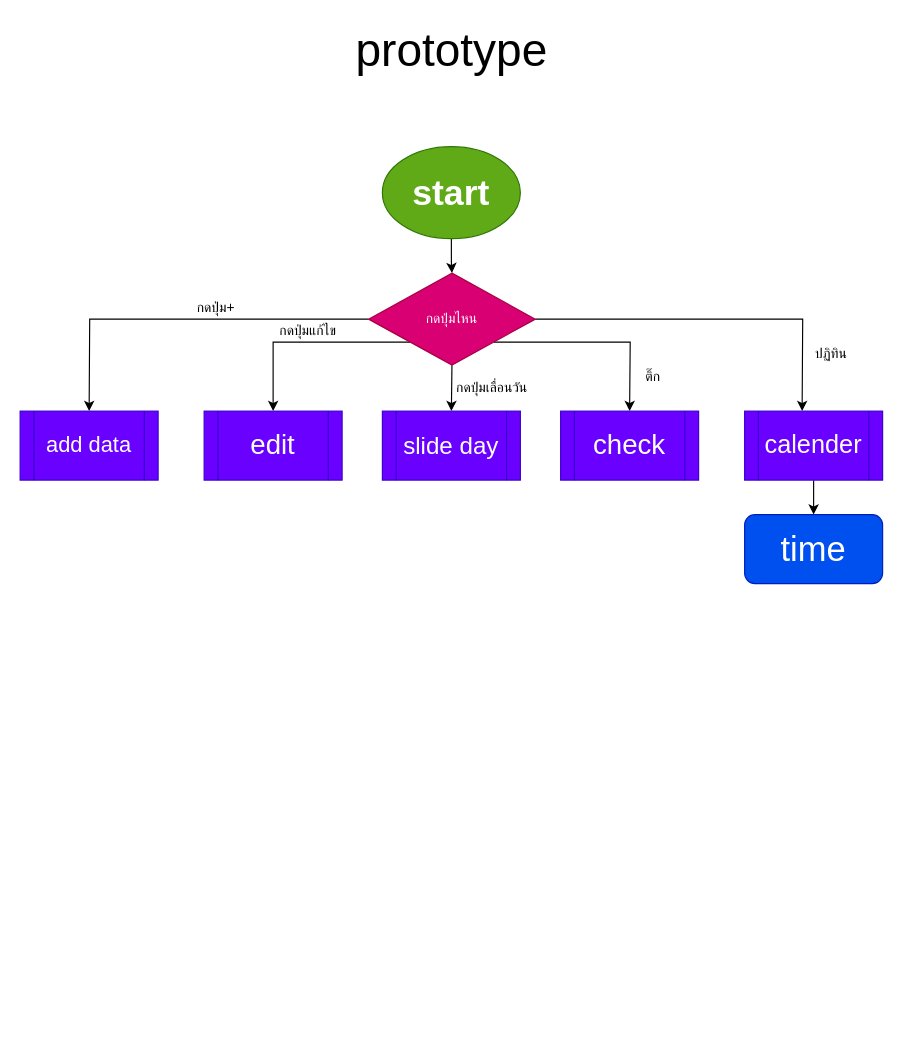
The draw.io diagram page "Main" (1 of 8) of source/prototype.drawio in Putthima/PSIT_Project_2020, before the edit. Source tidied: cells renumbered, new cells numbered last; positions are measured from the earlier drawing's top-left corner, leaving out a move shared by most shapes. Both pictures are drawn from the tidied source at 115%, with x=0, y=0 at pixel (20, 20).
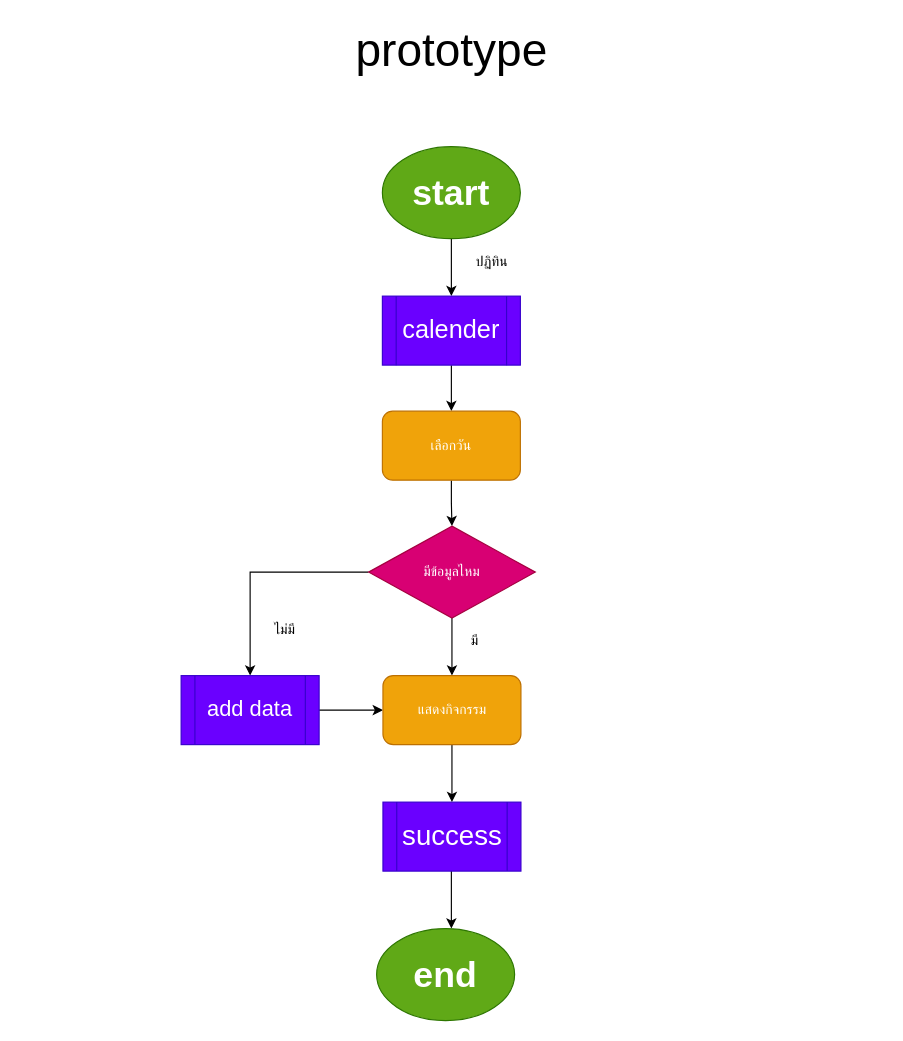
The same page after the edit.

Unchanged cells that the change refers to:
```xml
<mxCell id="3" value="start" style="ellipse;whiteSpace=wrap;html=1;fillColor=#60a917;strokeColor=#2D7600;fontColor=#ffffff;fontSize=31;fontStyle=1;" parent="1" vertex="1">
  <mxGeometry x="315" y="110" width="120" height="80" as="geometry" />
</mxCell>
```

Diff of the diagram source:
```diff
@@
-    <mxCell id="2" style="edgeStyle=orthogonalEdgeStyle;rounded=0;jettySize=auto;html=1;" parent="1" edge="1" source="3" target="9">
-      <mxGeometry relative="1" as="geometry" />
-    </mxCell>
+    <mxCell id="23" style="edgeStyle=orthogonalEdgeStyle;rounded=0;jettySize=auto;html=1;" parent="1" edge="1" source="3" target="16">
+      <mxGeometry relative="1" as="geometry" />
+    </mxCell>
@@
-    <mxCell id="4" style="edgeStyle=orthogonalEdgeStyle;rounded=0;jettySize=auto;html=1;exitX=0;exitY=0.5;exitDx=0;exitDy=0;entryX=0.5;entryY=0;entryDx=0;entryDy=0;" parent="1" edge="1" source="9">
-      <mxGeometry relative="1" as="geometry">
-        <mxPoint x="60" y="340" as="targetPoint" />
-      </mxGeometry>
-    </mxCell>
-    <mxCell id="5" style="edgeStyle=orthogonalEdgeStyle;rounded=0;jettySize=auto;html=1;exitX=0.5;exitY=1;exitDx=0;exitDy=0;" parent="1" edge="1" source="9">
-      <mxGeometry relative="1" as="geometry">
-        <mxPoint x="375" y="340" as="targetPoint" />
-      </mxGeometry>
-    </mxCell>
-    <mxCell id="6" style="edgeStyle=orthogonalEdgeStyle;rounded=0;jettySize=auto;html=1;exitX=1;exitY=0.5;exitDx=0;exitDy=0;entryX=0.5;entryY=0;entryDx=0;entryDy=0;" parent="1" edge="1" source="9">
-      <mxGeometry relative="1" as="geometry">
-        <mxPoint x="680" y="340" as="targetPoint" />
-      </mxGeometry>
-    </mxCell>
-    <mxCell id="7" style="edgeStyle=orthogonalEdgeStyle;rounded=0;jettySize=auto;html=1;exitX=0;exitY=1;exitDx=0;exitDy=0;" parent="1" edge="1" source="9">
-      <mxGeometry relative="1" as="geometry">
-        <mxPoint x="220" y="340" as="targetPoint" />
-        <Array as="points">
-          <mxPoint x="220" y="280" />
-        </Array>
-      </mxGeometry>
-    </mxCell>
-    <mxCell id="8" style="edgeStyle=orthogonalEdgeStyle;rounded=0;jettySize=auto;html=1;exitX=1;exitY=1;exitDx=0;exitDy=0;entryX=0.5;entryY=0;entryDx=0;entryDy=0;" parent="1" edge="1" source="9">
-      <mxGeometry relative="1" as="geometry">
-        <mxPoint x="530" y="340" as="targetPoint" />
-      </mxGeometry>
-    </mxCell>
+    <mxCell id="24" style="edgeStyle=orthogonalEdgeStyle;rounded=0;jettySize=auto;html=1;" parent="1" edge="1" source="9" target="32">
+      <mxGeometry relative="1" as="geometry" />
+    </mxCell>
+    <mxCell id="25" style="edgeStyle=orthogonalEdgeStyle;rounded=0;jettySize=auto;html=1;exitX=0;exitY=0.5;exitDx=0;exitDy=0;entryX=0.5;entryY=0;entryDx=0;entryDy=0;" parent="1" edge="1" source="9" target="11">
+      <mxGeometry relative="1" as="geometry" />
+    </mxCell>
-    <mxCell id="9" value="กดปุ่มไหน" style="rhombus;whiteSpace=wrap;html=1;fillColor=#d80073;strokeColor=#A50040;fontColor=#ffffff;" parent="1" vertex="1">
-      <mxGeometry x="303" y="220" width="145" height="80" as="geometry" />
+    <mxCell id="9" value="มีข้อมูลไหม" style="rhombus;whiteSpace=wrap;html=1;fillColor=#d80073;strokeColor=#A50040;fontColor=#ffffff;" parent="1" vertex="1">
+      <mxGeometry x="303" y="440" width="145" height="80" as="geometry" />
     </mxCell>
-    <mxCell id="10" value="กดปุ่ม+" style="text;html=1;align=center;verticalAlign=middle;" parent="1" vertex="1">
-      <mxGeometry x="145" y="240" width="50" height="20" as="geometry" />
+    <mxCell id="10" value="ไม่มี" style="text;html=1;align=center;verticalAlign=middle;" parent="1" vertex="1">
+      <mxGeometry x="210" y="520" width="40" height="20" as="geometry" />
     </mxCell>
+    <mxCell id="26" style="edgeStyle=orthogonalEdgeStyle;rounded=0;jettySize=auto;html=1;" parent="1" edge="1" source="11" target="32">
+      <mxGeometry relative="1" as="geometry" />
+    </mxCell>
     <mxCell id="11" value="&lt;font style=&quot;font-size: 19px;&quot;&gt;add data&lt;/font&gt;" style="shape=process;whiteSpace=wrap;html=1;backgroundOutline=1;fillColor=#6a00ff;strokeColor=#3700CC;fontColor=#ffffff;fontSize=19;" parent="1" vertex="1">
-      <mxGeometry y="340" width="120" height="60" as="geometry" />
+      <mxGeometry x="140" y="570" width="120" height="60" as="geometry" />
     </mxCell>
-    <mxCell id="12" value="edit" style="shape=process;whiteSpace=wrap;html=1;backgroundOutline=1;fillColor=#6a00ff;strokeColor=#3700CC;fontColor=#ffffff;fontSize=24;" parent="1" vertex="1">
-      <mxGeometry x="160" y="340" width="120" height="60" as="geometry" />
-    </mxCell>
-    <mxCell id="13" value="slide day" style="shape=process;whiteSpace=wrap;html=1;backgroundOutline=1;fillColor=#6a00ff;strokeColor=#3700CC;fontColor=#ffffff;fontSize=21;" parent="1" vertex="1">
-      <mxGeometry x="315" y="340" width="120" height="60" as="geometry" />
-    </mxCell>
+    <mxCell id="27" style="edgeStyle=orthogonalEdgeStyle;rounded=0;jettySize=auto;html=1;" parent="1" edge="1" source="14">
+      <mxGeometry relative="1" as="geometry">
+        <mxPoint x="375" y="790" as="targetPoint" />
+      </mxGeometry>
+    </mxCell>
-    <mxCell id="14" value="check" style="shape=process;whiteSpace=wrap;html=1;backgroundOutline=1;fillColor=#6a00ff;strokeColor=#3700CC;fontColor=#ffffff;fontSize=24;" parent="1" vertex="1">
-      <mxGeometry x="470" y="340" width="120" height="60" as="geometry" />
+    <mxCell id="14" value="success" style="shape=process;whiteSpace=wrap;html=1;backgroundOutline=1;fillColor=#6a00ff;strokeColor=#3700CC;fontColor=#ffffff;fontSize=24;" parent="1" vertex="1">
+      <mxGeometry x="315.5" y="680" width="120" height="60" as="geometry" />
     </mxCell>
-    <mxCell id="15" style="edgeStyle=orthogonalEdgeStyle;rounded=0;jettySize=auto;html=1;" parent="1" edge="1" source="16" target="22">
-      <mxGeometry relative="1" as="geometry" />
-    </mxCell>
+    <mxCell id="28" style="edgeStyle=orthogonalEdgeStyle;rounded=0;jettySize=auto;html=1;" parent="1" edge="1" source="16" target="30">
+      <mxGeometry relative="1" as="geometry" />
+    </mxCell>
     <mxCell id="16" value="calender" style="shape=process;whiteSpace=wrap;html=1;backgroundOutline=1;fillColor=#6a00ff;strokeColor=#3700CC;fontColor=#ffffff;fontSize=22;" parent="1" vertex="1">
-      <mxGeometry x="630" y="340" width="120" height="60" as="geometry" />
+      <mxGeometry x="315" y="240" width="120" height="60" as="geometry" />
     </mxCell>
-    <mxCell id="17" value="กดปุ่มแก้ไข" style="text;html=1;align=center;verticalAlign=middle;" parent="1" vertex="1">
-      <mxGeometry x="215" y="260" width="70" height="20" as="geometry" />
-    </mxCell>
-    <mxCell id="18" value="กดปุ่มเลื่อนวัน" style="text;html=1;align=center;verticalAlign=middle;" parent="1" vertex="1">
-      <mxGeometry x="370" y="310" width="80" height="20" as="geometry" />
-    </mxCell>
-    <mxCell id="19" value="ติ๊ก" style="text;html=1;align=center;verticalAlign=middle;" parent="1" vertex="1">
-      <mxGeometry x="535" y="300" width="30" height="20" as="geometry" />
+    <mxCell id="19" value="มี" style="text;html=1;align=center;verticalAlign=middle;" parent="1" vertex="1">
+      <mxGeometry x="385" y="530" width="20" height="20" as="geometry" />
     </mxCell>
     <mxCell id="20" value="ปฏิทิน" style="text;html=1;align=center;verticalAlign=middle;" parent="1" vertex="1">
-      <mxGeometry x="680" y="280" width="50" height="20" as="geometry" />
+      <mxGeometry x="385" y="200" width="50" height="20" as="geometry" />
     </mxCell>
@@
-    <mxCell id="22" value="time" style="rounded=1;whiteSpace=wrap;html=1;fillColor=#0050ef;strokeColor=#001DBC;fontColor=#ffffff;fontSize=30;" parent="1" vertex="1">
-      <mxGeometry x="630" y="430" width="120" height="60" as="geometry" />
-    </mxCell>
+    <mxCell id="29" style="edgeStyle=orthogonalEdgeStyle;rounded=0;jettySize=auto;html=1;" parent="1" edge="1" source="30" target="9">
+      <mxGeometry relative="1" as="geometry" />
+    </mxCell>
+    <mxCell id="30" value="เลือกวัน" style="rounded=1;whiteSpace=wrap;html=1;fillColor=#f0a30a;strokeColor=#BD7000;fontColor=#ffffff;" parent="1" vertex="1">
+      <mxGeometry x="315" y="340" width="120" height="60" as="geometry" />
+    </mxCell>
+    <mxCell id="31" style="edgeStyle=orthogonalEdgeStyle;rounded=0;jettySize=auto;html=1;" parent="1" edge="1" source="32" target="14">
+      <mxGeometry relative="1" as="geometry" />
+    </mxCell>
+    <mxCell id="32" value="แสดงกิจกรรม" style="rounded=1;whiteSpace=wrap;html=1;fillColor=#f0a30a;strokeColor=#BD7000;fontColor=#ffffff;" parent="1" vertex="1">
+      <mxGeometry x="315.5" y="570" width="120" height="60" as="geometry" />
+    </mxCell>
+    <mxCell id="33" value="end" style="ellipse;whiteSpace=wrap;html=1;fillColor=#60a917;strokeColor=#2D7600;fontColor=#ffffff;fontSize=31;fontStyle=1;" parent="1" vertex="1">
+      <mxGeometry x="310" y="790" width="120" height="80" as="geometry" />
+    </mxCell>
```
